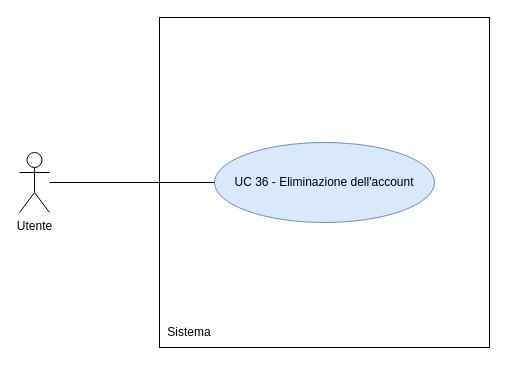
Earlier version of the draw.io diagram RTB/doc_esterna/analisi-dei-requisiti/assets/draw.io/UC36.drawio (thebitless-group-swe/thebitless.github.io). Source tidied: cells renumbered, new cells numbered last; positions are measured from the earlier drawing's top-left corner, leaving out a move shared by most shapes. Both pictures are drawn from the tidied source at 100%, with x=0, y=0 at pixel (19, 17).
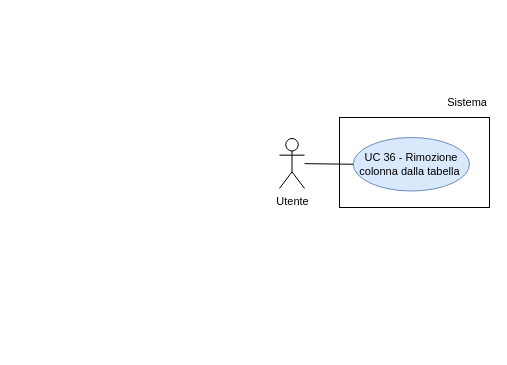
Above is the later version.

Change to the diagram source:
```diff
@@
 <mxGraphModel>
   <root>
     <mxCell id="0" />
     <mxCell id="1" parent="0" />
-    <mxCell id="2" value="Utente" style="shape=umlActor;verticalLabelPosition=bottom;verticalAlign=top;html=1;outlineConnect=0;" parent="1" vertex="1">
-      <mxGeometry y="135" width="30" height="60" as="geometry" />
+    <mxCell id="2" value="Utente" style="shape=umlActor;verticalLabelPosition=bottom;verticalAlign=top;html=1;outlineConnect=0;fontSize=11;" parent="1" vertex="1">
+      <mxGeometry x="260" y="121" width="25" height="50" as="geometry" />
     </mxCell>
-    <mxCell id="3" style="whiteSpace=wrap;html=1;" parent="1" vertex="1">
-      <mxGeometry x="140" width="330" height="330" as="geometry" />
-    </mxCell>
+    <mxCell id="7" style="rounded=0;whiteSpace=wrap;html=1;strokeWidth=1;" parent="1" vertex="1">
+      <mxGeometry x="320" y="100" width="150" height="90" as="geometry" />
+    </mxCell>
-    <mxCell id="4" value="Sistema" style="text;html=1;whiteSpace=wrap;strokeColor=none;fillColor=none;align=center;verticalAlign=middle;rounded=0;" parent="1" vertex="1">
-      <mxGeometry x="140" y="300" width="60" height="30" as="geometry" />
+    <mxCell id="4" value="Sistema" style="text;html=1;whiteSpace=wrap;strokeColor=none;fillColor=none;align=right;verticalAlign=middle;fontSize=11;" parent="1" vertex="1">
+      <mxGeometry x="410" y="70" width="60" height="30" as="geometry" />
     </mxCell>
-    <mxCell id="5" value="UC 36 - Eliminazione dell'account" style="ellipse;whiteSpace=wrap;html=1;fillColor=#dae8fc;strokeColor=#6c8ebf;" parent="1" vertex="1">
-      <mxGeometry x="195" y="125" width="220" height="80" as="geometry" />
-    </mxCell>
-    <mxCell id="6" style="edgeStyle=none;rounded=0;jettySize=auto;html=1;endArrow=none;endFill=0;" parent="1" edge="1" source="2" target="5">
-      <mxGeometry relative="1" as="geometry" />
-    </mxCell>
+    <mxCell id="8" value="UC 36 - Rimozione colonna dalla tabella&amp;nbsp;" style="ellipse;whiteSpace=wrap;html=1;fillColor=#dae8fc;strokeColor=#6c8ebf;fontSize=11;spacingBottom=0;spacingLeft=0;" parent="1" vertex="1">
+      <mxGeometry x="333.8" y="120" width="116.2" height="53.5" as="geometry" />
+    </mxCell>
+    <mxCell id="9" style="edgeStyle=none;rounded=0;jettySize=auto;html=1;endArrow=none;endFill=0;" parent="1" edge="1" source="2" target="8">
+      <mxGeometry relative="1" as="geometry" />
+    </mxCell>
+    <mxCell id="10" style="edgeStyle=orthogonalEdgeStyle;rounded=0;orthogonalLoop=1;jettySize=auto;html=1;exitX=0.5;exitY=1;exitDx=0;exitDy=0;" parent="1" edge="1" source="4" target="4">
+      <mxGeometry relative="1" as="geometry" />
+    </mxCell>
   </root>
 </mxGraphModel>
```
